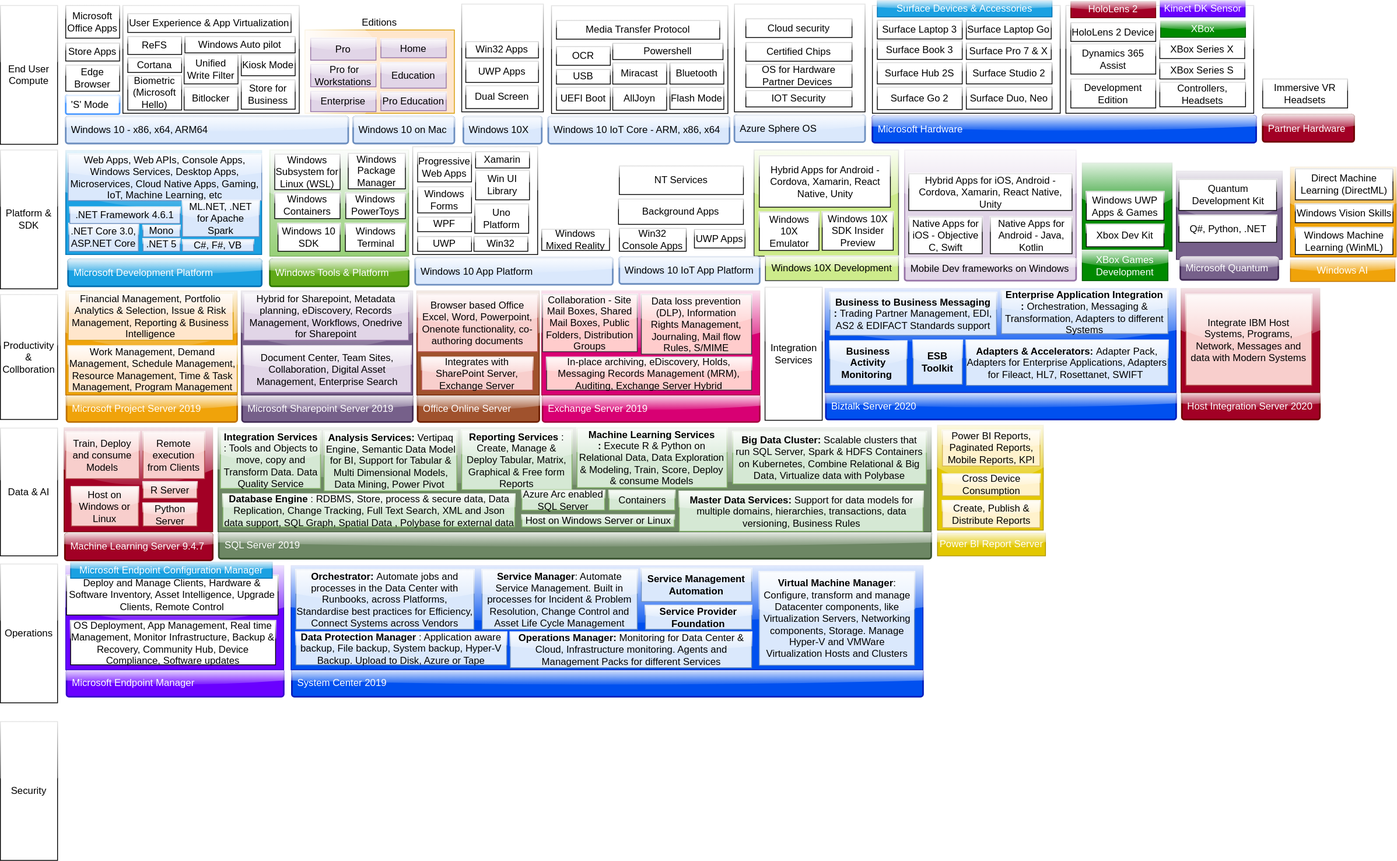
Above: MicrosoftOfferings.svg in ssrikantan/Microsoft-Product-Offerings (draw.io), before the change. Source tidied: cells renumbered, new cells last; positions are measured from the earlier drawing's top-left corner, leaving out a move shared by most shapes.
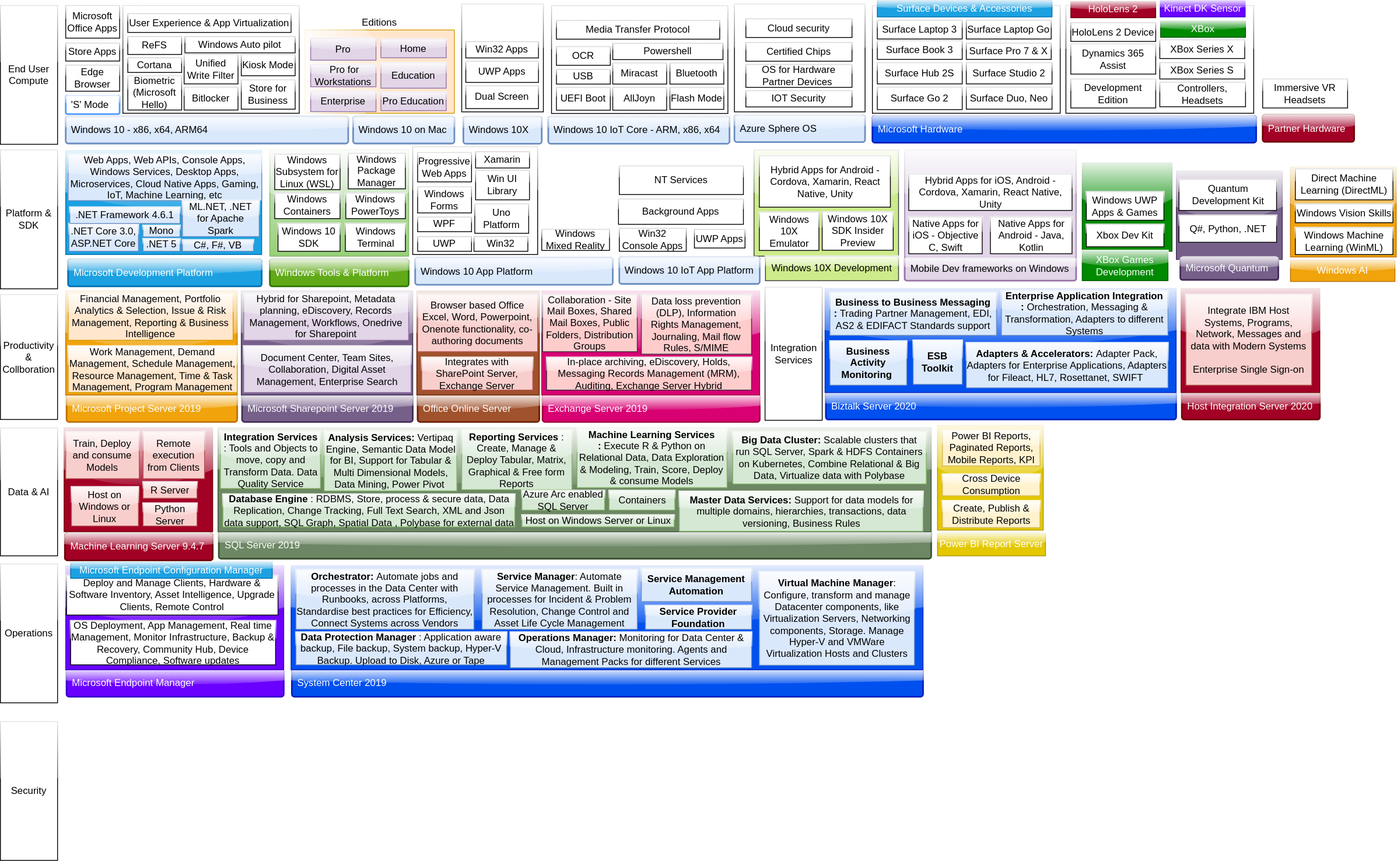
Later version of the same file.

What changed in the source:
```diff
@@ -570,7 +570,7 @@
       <mxGeometry x="1016" y="357.5" width="204" height="52.5" as="geometry" />
     </mxCell>
     <mxCell id="191" value="&lt;b&gt;Adapters &amp;amp; Accelerators: &lt;/b&gt;Adapter Pack, Adapters for Enterprise Applications, Adapters for Fileact, HL7, Rosettanet, SWIFT&amp;nbsp;" style="rounded=0;whiteSpace=wrap;html=1;glass=1;fillColor=#dae8fc;strokeColor=#6c8ebf;" parent="1" vertex="1">
-      <mxGeometry x="1183" y="416" width="247" height="55.2" as="geometry" />
+      <mxGeometry x="1183" y="419" width="247" height="55.2" as="geometry" />
     </mxCell>
     <mxCell id="192" value="Integration Services" style="rounded=0;whiteSpace=wrap;html=1;glass=1;" parent="1" vertex="1">
       <mxGeometry x="936.5" y="351" width="70" height="163" as="geometry" />
@@ -579,7 +579,7 @@
       <mxGeometry x="1118" y="416" width="60" height="54" as="geometry" />
     </mxCell>
     <mxCell id="194" value="&lt;b&gt;Enterprise Application Integration :&lt;/b&gt;&amp;nbsp;Orchestration, Messaging &amp;amp; Transformation, Adapters to different Systems" style="rounded=0;whiteSpace=wrap;html=1;glass=1;fillColor=#dae8fc;strokeColor=#6c8ebf;" parent="1" vertex="1">
-      <mxGeometry x="1226" y="355.5" width="204" height="52.5" as="geometry" />
+      <mxGeometry x="1226" y="355.5" width="204" height="54.5" as="geometry" />
     </mxCell>
     <mxCell id="195" value="Host Integration Server 2020" style="rounded=1;arcSize=9;align=left;spacingLeft=5;strokeColor=#6F0000;html=1;strokeWidth=2;fontSize=12;glass=1;fillColor=#a20025;fontColor=#ffffff;" parent="1" vertex="1">
       <mxGeometry x="1447" y="480" width="169" height="33" as="geometry" />
@@ -587,7 +587,7 @@
     <mxCell id="196" style="rounded=0;whiteSpace=wrap;html=1;glass=1;fillColor=#a20025;strokeColor=#6F0000;fontColor=#ffffff;" parent="1" vertex="1">
       <mxGeometry x="1446" y="352.5" width="170" height="127.5" as="geometry" />
     </mxCell>
-    <mxCell id="197" value="&lt;span&gt;Integrate IBM Host Systems, Programs, Network, Messages and data with Modern Systems&lt;/span&gt;" style="rounded=0;whiteSpace=wrap;html=1;glass=1;fillColor=#f8cecc;strokeColor=#b85450;fontStyle=0;" parent="1" vertex="1">
+    <mxCell id="197" value="&lt;span&gt;Integrate IBM Host Systems, Programs, Network, Messages and data with Modern Systems&lt;br&gt;&lt;br&gt;Enterprise Single Sign-on&lt;br&gt;&lt;/span&gt;" style="rounded=0;whiteSpace=wrap;html=1;glass=1;fillColor=#f8cecc;strokeColor=#b85450;fontStyle=0;" parent="1" vertex="1">
       <mxGeometry x="1452" y="360" width="154" height="111" as="geometry" />
     </mxCell>
   </root>
```
